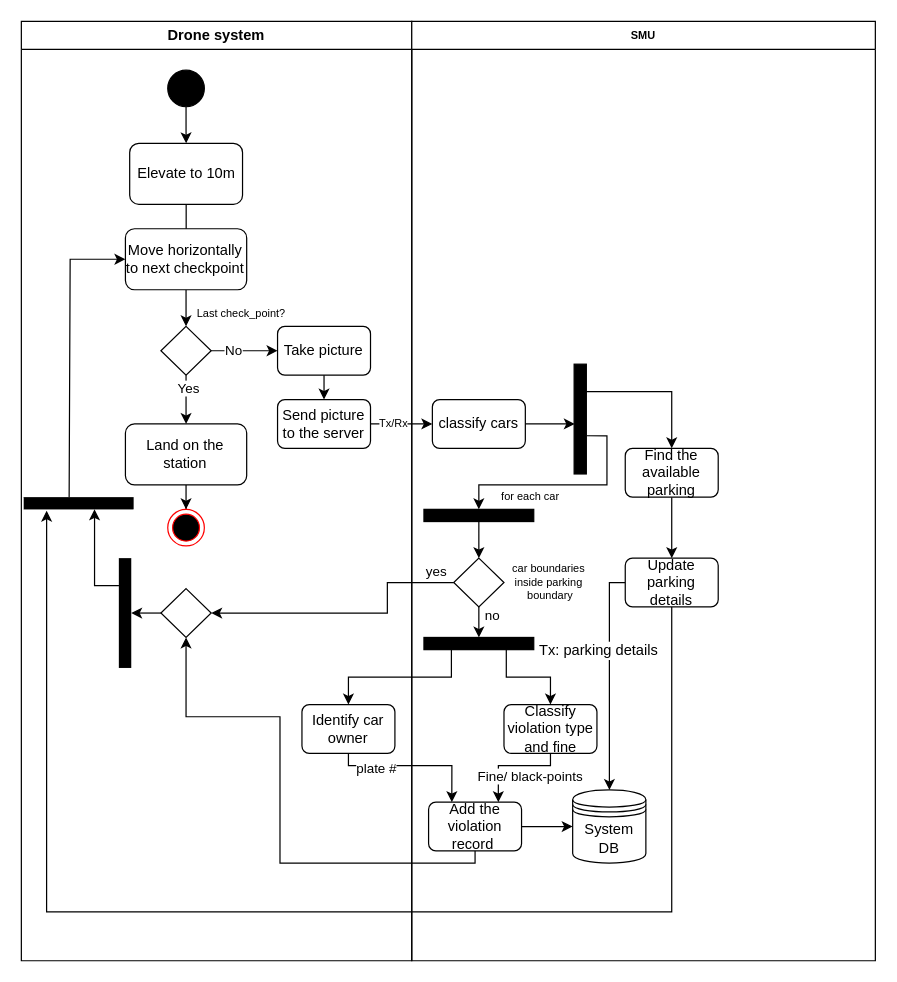
This is page "Drone system" (1 of 6) of Activity diagram.drawio from kashorafof/Drone-parking-system, a draw.io file, before an edit. Source tidied: cells renumbered, new cells numbered last; positions are measured from the earlier drawing's top-left corner, leaving out a move shared by most shapes. Both pictures are drawn from the tidied source at 122%, with x=0, y=0 at pixel (21, 21).
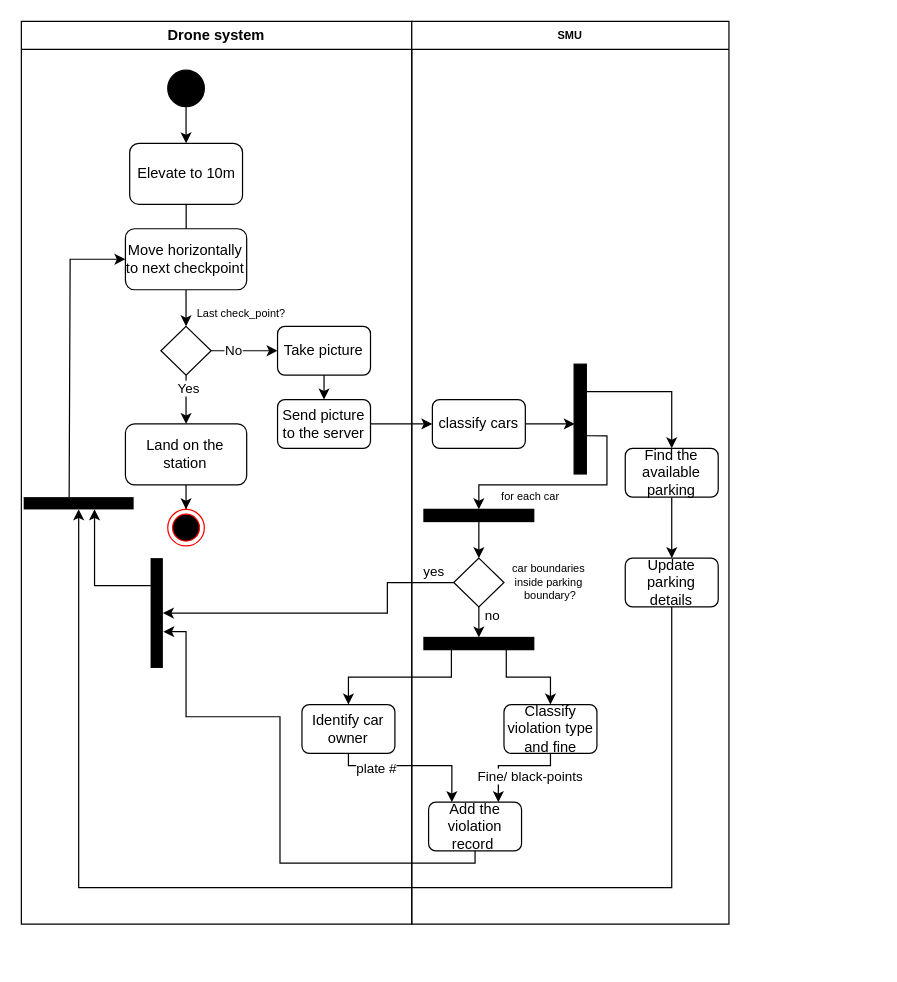
Above is the later version.

Unchanged cells that the change refers to:
```xml
<mxCell id="27" value="rr" style="shape=ext;double=1;rounded=0;whiteSpace=wrap;html=1;strokeColor=#000000;strokeWidth=0;fontSize=9;fillColor=#000000;rotation=0;" parent="2" vertex="1">
  <mxGeometry x="2" y="390" width="90" height="10" as="geometry" />
</mxCell>
<mxCell id="36" style="rhombus;whiteSpace=wrap;html=1;fillColor=#FFFFFF;" parent="28" vertex="1">
  <mxGeometry x="34.4" y="440" width="41.2" height="40" as="geometry" />
</mxCell>
<mxCell id="45" value="Add the violation record&amp;nbsp;" style="rounded=1;whiteSpace=wrap;html=1;fillColor=#FFFFFF;" parent="28" vertex="1">
  <mxGeometry x="13.8" y="640" width="76.2" height="40" as="geometry" />
</mxCell>
<mxCell id="53" value="Update parking details" style="rounded=1;whiteSpace=wrap;html=1;fillColor=#FFFFFF;" parent="28" vertex="1">
  <mxGeometry x="175" y="440" width="76.2" height="40" as="geometry" />
</mxCell>
<mxCell id="54" style="edgeStyle=orthogonalEdgeStyle;rounded=0;jettySize=auto;html=1;entryX=0;entryY=0.5;entryDx=0;entryDy=0;strokeWidth=1;fontSize=9;" parent="1" edge="1" source="14" target="30">
  <mxGeometry relative="1" as="geometry" />
</mxCell>
```

What changed in the source:
```diff
@@
     <mxCell id="2" value="Drone system" style="swimlane;whiteSpace=wrap;html=1;" parent="1" vertex="1">
-      <mxGeometry width="320" height="770" as="geometry" />
+      <mxGeometry width="320" height="740" as="geometry" />
     </mxCell>
@@
     <mxCell id="17" value="rr" style="shape=ext;double=1;rounded=0;whiteSpace=wrap;html=1;strokeColor=#000000;strokeWidth=0;fontSize=9;fillColor=#000000;rotation=-90;" parent="2" vertex="1">
-      <mxGeometry x="40" y="480" width="90" height="10" as="geometry" />
+      <mxGeometry x="66" y="480" width="90" height="10" as="geometry" />
     </mxCell>
@@
-    <mxCell id="25" style="edgeStyle=orthogonalEdgeStyle;rounded=0;jettySize=auto;html=1;exitX=0;exitY=0.5;exitDx=0;exitDy=0;entryX=0.5;entryY=1;entryDx=0;entryDy=0;" parent="2" edge="1" source="26" target="17">
-      <mxGeometry relative="1" as="geometry" />
+    <mxCell id="25" style="edgeStyle=orthogonalEdgeStyle;rounded=0;jettySize=auto;html=1;exitX=0;exitY=0.5;exitDx=0;exitDy=0;entryX=0.5;entryY=1;entryDx=0;entryDy=0;" parent="2" edge="1" target="17">
+      <mxGeometry relative="1" as="geometry">
+        <mxPoint x="114.4" y="485" as="sourcePoint" />
+      </mxGeometry>
     </mxCell>
-    <mxCell id="26" style="rhombus;whiteSpace=wrap;html=1;fillColor=#FFFFFF;" parent="2" vertex="1">
-      <mxGeometry x="114.4" y="465" width="41.2" height="40" as="geometry" />
-    </mxCell>
@@
     <mxCell id="28" value="SMU" style="swimlane;whiteSpace=wrap;html=1;strokeColor=#000000;strokeWidth=1;fontSize=9;fillColor=#FFFFFF;" parent="1" vertex="1">
-      <mxGeometry x="320" width="380" height="770" as="geometry" />
+      <mxGeometry x="320" width="260" height="740" as="geometry" />
     </mxCell>
@@
-    <mxCell id="37" value="car boundaries &lt;br&gt;inside parking&lt;br&gt;&amp;nbsp;boundary" style="text;html=1;align=center;verticalAlign=middle;strokeColor=none;fillColor=none;fontSize=9;" parent="28" vertex="1">
+    <mxCell id="37" value="car boundaries &lt;br&gt;inside parking&lt;br&gt;&amp;nbsp;boundary?" style="text;html=1;align=center;verticalAlign=middle;strokeColor=none;fillColor=none;fontSize=9;" parent="28" vertex="1">
       <mxGeometry x="71.9" y="435" width="80" height="50" as="geometry" />
     </mxCell>
-    <mxCell id="38" value="System DB" style="shape=datastore;whiteSpace=wrap;html=1;" parent="28" vertex="1">
-      <mxGeometry x="131.9" y="630" width="60" height="60" as="geometry" />
-    </mxCell>
@@
-    <mxCell id="44" style="edgeStyle=orthogonalEdgeStyle;rounded=0;jettySize=auto;html=1;exitX=1;exitY=0.5;exitDx=0;exitDy=0;entryX=0;entryY=0.5;entryDx=0;entryDy=0;" parent="28" edge="1" source="45" target="38">
-      <mxGeometry relative="1" as="geometry" />
-    </mxCell>
@@
-    <mxCell id="51" style="edgeStyle=orthogonalEdgeStyle;rounded=0;jettySize=auto;html=1;fontFamily=Helvetica;fontSize=12;fontColor=default;exitX=0;exitY=0.5;exitDx=0;exitDy=0;" parent="28" edge="1" source="53" target="38">
-      <mxGeometry relative="1" as="geometry">
-        <Array as="points">
-          <mxPoint x="162" y="460" />
-        </Array>
-      </mxGeometry>
-    </mxCell>
-    <mxCell id="52" value="Tx: parking details" style="edgeLabel;html=1;align=center;verticalAlign=middle;fontSize=12;fontFamily=Helvetica;fontColor=default;" parent="51" vertex="1">
-      <mxGeometry x="-0.02" y="-1" relative="1" as="geometry">
-        <mxPoint x="-9" y="-22" as="offset" />
-      </mxGeometry>
-    </mxCell>
@@
-    <mxCell id="55" value="Tx/Rx" style="edgeLabel;html=1;align=center;verticalAlign=middle;fontSize=9;" parent="54" vertex="1">
-      <mxGeometry x="-0.3" y="1" relative="1" as="geometry" />
-    </mxCell>
-    <mxCell id="56" style="endArrow=classic;html=1;rounded=0;exitX=0;exitY=0.5;exitDx=0;exitDy=0;entryX=1;entryY=0.5;entryDx=0;entryDy=0;" parent="1" edge="1" source="36" target="26">
+    <mxCell id="56" style="endArrow=classic;html=1;rounded=0;exitX=0;exitY=0.5;exitDx=0;exitDy=0;" parent="1" edge="1" source="36" target="17">
       <mxGeometry relative="1" as="geometry">
         <Array as="points">
           <mxPoint x="300" y="460" />
           <mxPoint x="300" y="485" />
         </Array>
       </mxGeometry>
     </mxCell>
@@
-    <mxCell id="61" style="edgeStyle=orthogonalEdgeStyle;rounded=0;jettySize=auto;html=1;entryX=0.5;entryY=1;entryDx=0;entryDy=0;" parent="1" edge="1" source="45" target="26">
+    <mxCell id="61" style="edgeStyle=orthogonalEdgeStyle;rounded=0;jettySize=auto;html=1;entryX=0.33;entryY=1.035;entryDx=0;entryDy=0;entryPerimeter=0;" parent="1" edge="1" source="45" target="17">
       <mxGeometry relative="1" as="geometry">
         <Array as="points">
           <mxPoint x="372" y="690" />
           <mxPoint x="212" y="690" />
           <mxPoint x="212" y="570" />
           <mxPoint x="135" y="570" />
+          <mxPoint x="135" y="500" />
         </Array>
       </mxGeometry>
     </mxCell>
-    <mxCell id="62" style="edgeStyle=orthogonalEdgeStyle;rounded=0;jettySize=auto;html=1;fontFamily=Helvetica;fontSize=12;fontColor=default;entryX=0.208;entryY=1.108;entryDx=0;entryDy=0;entryPerimeter=0;" parent="1" edge="1" source="53" target="27">
+    <mxCell id="62" style="edgeStyle=orthogonalEdgeStyle;rounded=0;jettySize=auto;html=1;fontFamily=Helvetica;fontSize=12;fontColor=default;" parent="1" edge="1" source="53" target="27">
       <mxGeometry relative="1" as="geometry">
         <Array as="points">
-          <mxPoint x="533" y="730" />
-          <mxPoint x="21" y="730" />
+          <mxPoint x="533" y="710" />
+          <mxPoint x="47" y="710" />
         </Array>
       </mxGeometry>
     </mxCell>
```
